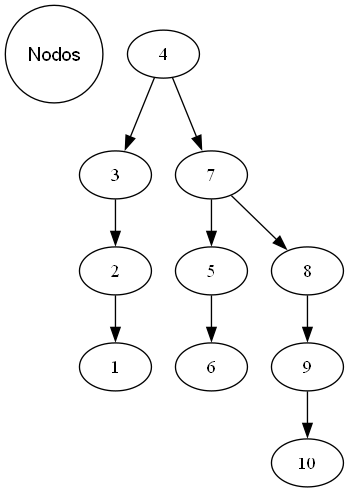
Earlier version of the Graphviz export busca/arvore.png (Marxista4122/Thielo). Its source is kept beside it as busca/arvore.dot.
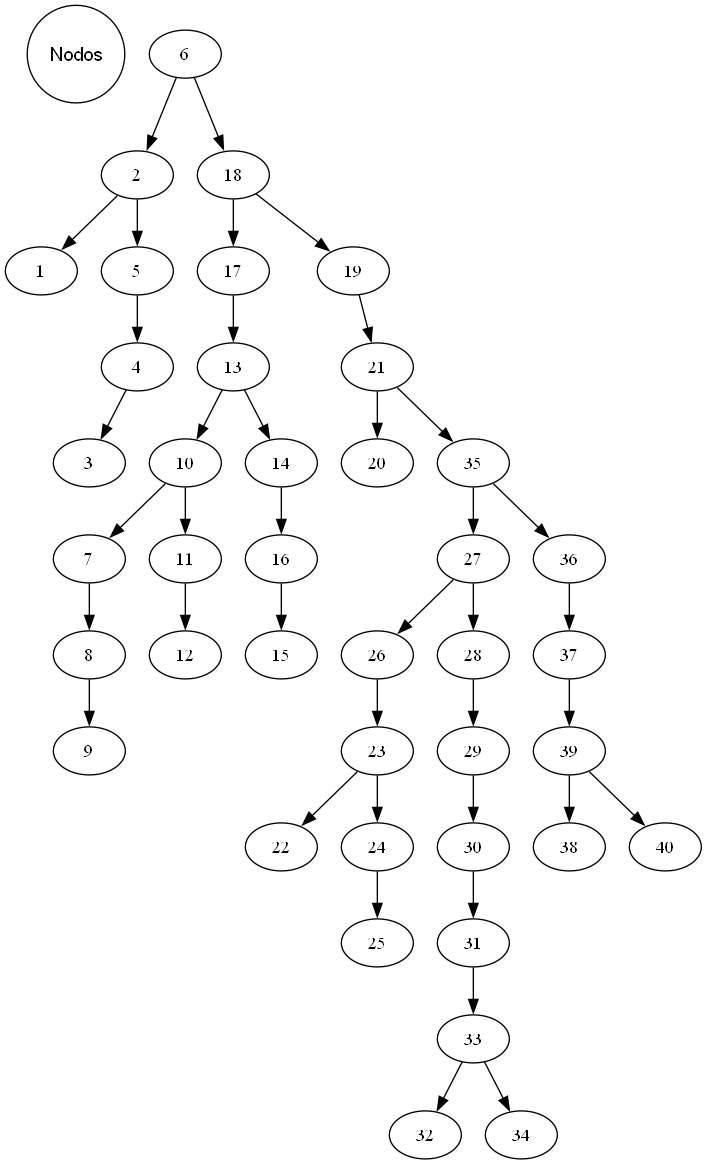
Later version of the same file.

The edit, as a diff of the source:
```diff
@@ -1,22 +1,82 @@
 digraph ArvoreBinaria {
 Nodos [shape=circle, fontname="Arial"];
+  6;
+  6 -> 2;
+  6 -> 18;
+  2;
+  2 -> 1;
+  2 -> 5;
+  1;
+  5;
+  5 -> 4;
   4;
   4 -> 3;
-  4 -> 7;
   3;
-  3 -> 2;
-  2;
-  2 -> 1;
-  1;
+  18;
+  18 -> 17;
+  18 -> 19;
+  17;
+  17 -> 13;
+  13;
+  13 -> 10;
+  13 -> 14;
+  10;
+  10 -> 7;
+  10 -> 11;
   7;
-  7 -> 5;
   7 -> 8;
-  5;
-  5 -> 6;
-  6;
   8;
   8 -> 9;
   9;
-  9 -> 10;
-  10;
+  11;
+  11 -> 12;
+  12;
+  14;
+  14 -> 16;
+  16;
+  16 -> 15;
+  15;
+  19;
+  19 -> 21;
+  21;
+  21 -> 20;
+  21 -> 35;
+  20;
+  35;
+  35 -> 27;
+  35 -> 36;
+  27;
+  27 -> 26;
+  27 -> 28;
+  26;
+  26 -> 23;
+  23;
+  23 -> 22;
+  23 -> 24;
+  22;
+  24;
+  24 -> 25;
+  25;
+  28;
+  28 -> 29;
+  29;
+  29 -> 30;
+  30;
+  30 -> 31;
+  31;
+  31 -> 33;
+  33;
+  33 -> 32;
+  33 -> 34;
+  32;
+  34;
+  36;
+  36 -> 37;
+  37;
+  37 -> 39;
+  39;
+  39 -> 38;
+  39 -> 40;
+  38;
+  40;
 }
```
